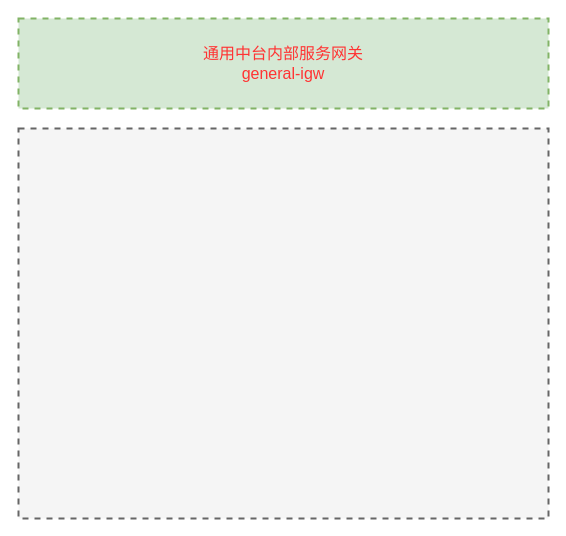
This is drawio/网关.drawio from hezhuma/image-repo, a draw.io file, before an edit. Source tidied: cells renumbered, new cells numbered last; positions are measured from the earlier drawing's top-left corner, leaving out a move shared by most shapes. Both pictures are drawn from the tidied source at 100%, with x=0, y=0 at pixel (18, 18).
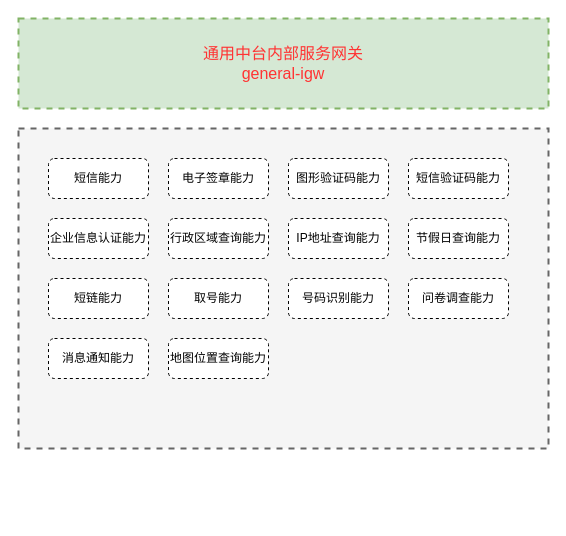
The same page after the edit.

Change to the diagram source:
```diff
@@
 <mxGraphModel>
   <root>
     <mxCell id="0" />
     <mxCell id="1" parent="0" />
     <mxCell id="2" value="&lt;font color=&quot;#ff3333&quot; style=&quot;font-size: 16px;&quot;&gt;通用中台内部服务网关&lt;br&gt;general-igw&lt;/font&gt;" style="rounded=0;whiteSpace=wrap;html=1;dashed=1;strokeWidth=2;fillColor=#d5e8d4;strokeColor=#82b366;" parent="1" vertex="1">
       <mxGeometry width="530" height="90" as="geometry" />
     </mxCell>
     <mxCell id="3" style="rounded=0;whiteSpace=wrap;html=1;dashed=1;strokeWidth=2;fillColor=#f5f5f5;fontColor=#333333;strokeColor=#666666;" parent="1" vertex="1">
-      <mxGeometry y="110" width="530" height="390" as="geometry" />
+      <mxGeometry y="110" width="530" height="320" as="geometry" />
     </mxCell>
+    <mxCell id="4" value="短信能力" style="rounded=1;whiteSpace=wrap;html=1;dashed=1;" parent="1" vertex="1">
+      <mxGeometry x="30" y="140" width="100" height="40" as="geometry" />
+    </mxCell>
+    <mxCell id="5" value="电子签章能力" style="rounded=1;whiteSpace=wrap;html=1;dashed=1;" parent="1" vertex="1">
+      <mxGeometry x="150" y="140" width="100" height="40" as="geometry" />
+    </mxCell>
+    <mxCell id="6" value="图形验证码能力" style="rounded=1;whiteSpace=wrap;html=1;dashed=1;" parent="1" vertex="1">
+      <mxGeometry x="270" y="140" width="100" height="40" as="geometry" />
+    </mxCell>
+    <mxCell id="7" value="短信验证码能力" style="rounded=1;whiteSpace=wrap;html=1;dashed=1;" parent="1" vertex="1">
+      <mxGeometry x="390" y="140" width="100" height="40" as="geometry" />
+    </mxCell>
+    <mxCell id="8" value="企业信息认证能力" style="rounded=1;whiteSpace=wrap;html=1;dashed=1;" parent="1" vertex="1">
+      <mxGeometry x="30" y="200" width="100" height="40" as="geometry" />
+    </mxCell>
+    <mxCell id="9" value="行政区域查询能力" style="rounded=1;whiteSpace=wrap;html=1;dashed=1;" parent="1" vertex="1">
+      <mxGeometry x="150" y="200" width="100" height="40" as="geometry" />
+    </mxCell>
+    <mxCell id="10" value="IP地址查询能力" style="rounded=1;whiteSpace=wrap;html=1;dashed=1;" parent="1" vertex="1">
+      <mxGeometry x="270" y="200" width="100" height="40" as="geometry" />
+    </mxCell>
+    <mxCell id="11" value="节假日查询能力" style="rounded=1;whiteSpace=wrap;html=1;dashed=1;" parent="1" vertex="1">
+      <mxGeometry x="390" y="200" width="100" height="40" as="geometry" />
+    </mxCell>
+    <mxCell id="12" value="短链能力" style="rounded=1;whiteSpace=wrap;html=1;dashed=1;" parent="1" vertex="1">
+      <mxGeometry x="30" y="260" width="100" height="40" as="geometry" />
+    </mxCell>
+    <mxCell id="13" value="取号能力" style="rounded=1;whiteSpace=wrap;html=1;dashed=1;" parent="1" vertex="1">
+      <mxGeometry x="150" y="260" width="100" height="40" as="geometry" />
+    </mxCell>
+    <mxCell id="14" value="号码识别能力" style="rounded=1;whiteSpace=wrap;html=1;dashed=1;" parent="1" vertex="1">
+      <mxGeometry x="270" y="260" width="100" height="40" as="geometry" />
+    </mxCell>
+    <mxCell id="15" value="问卷调查能力" style="rounded=1;whiteSpace=wrap;html=1;dashed=1;" parent="1" vertex="1">
+      <mxGeometry x="390" y="260" width="100" height="40" as="geometry" />
+    </mxCell>
+    <mxCell id="16" value="消息通知能力" style="rounded=1;whiteSpace=wrap;html=1;dashed=1;" parent="1" vertex="1">
+      <mxGeometry x="30" y="320" width="100" height="40" as="geometry" />
+    </mxCell>
+    <mxCell id="17" value="地图位置查询能力" style="rounded=1;whiteSpace=wrap;html=1;dashed=1;" parent="1" vertex="1">
+      <mxGeometry x="150" y="320" width="100" height="40" as="geometry" />
+    </mxCell>
   </root>
 </mxGraphModel>
```
